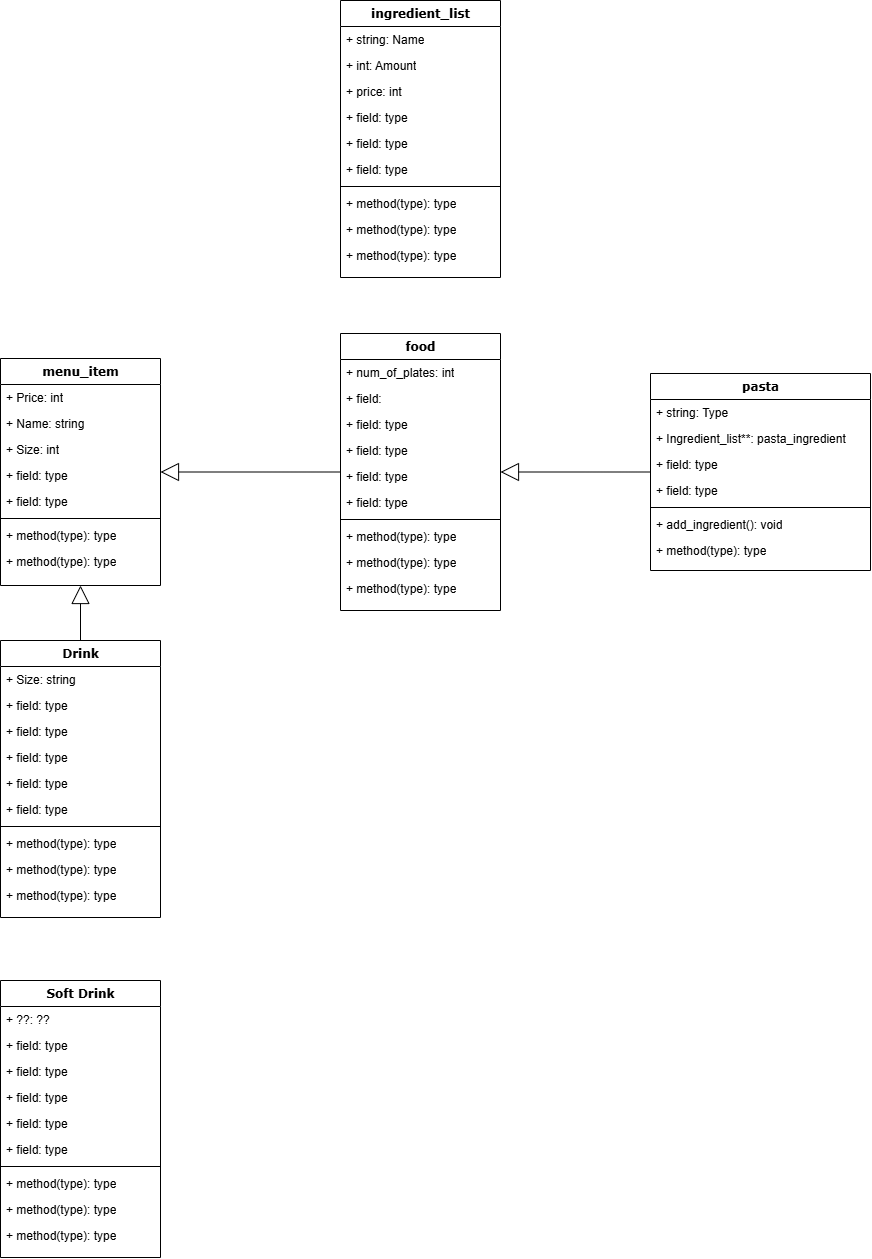
Earlier version of the draw.io export UML.png (SohamA12345/Project). Source tidied: cells renumbered, new cells last; positions are measured from the earlier drawing's top-left corner, leaving out a move shared by most shapes.
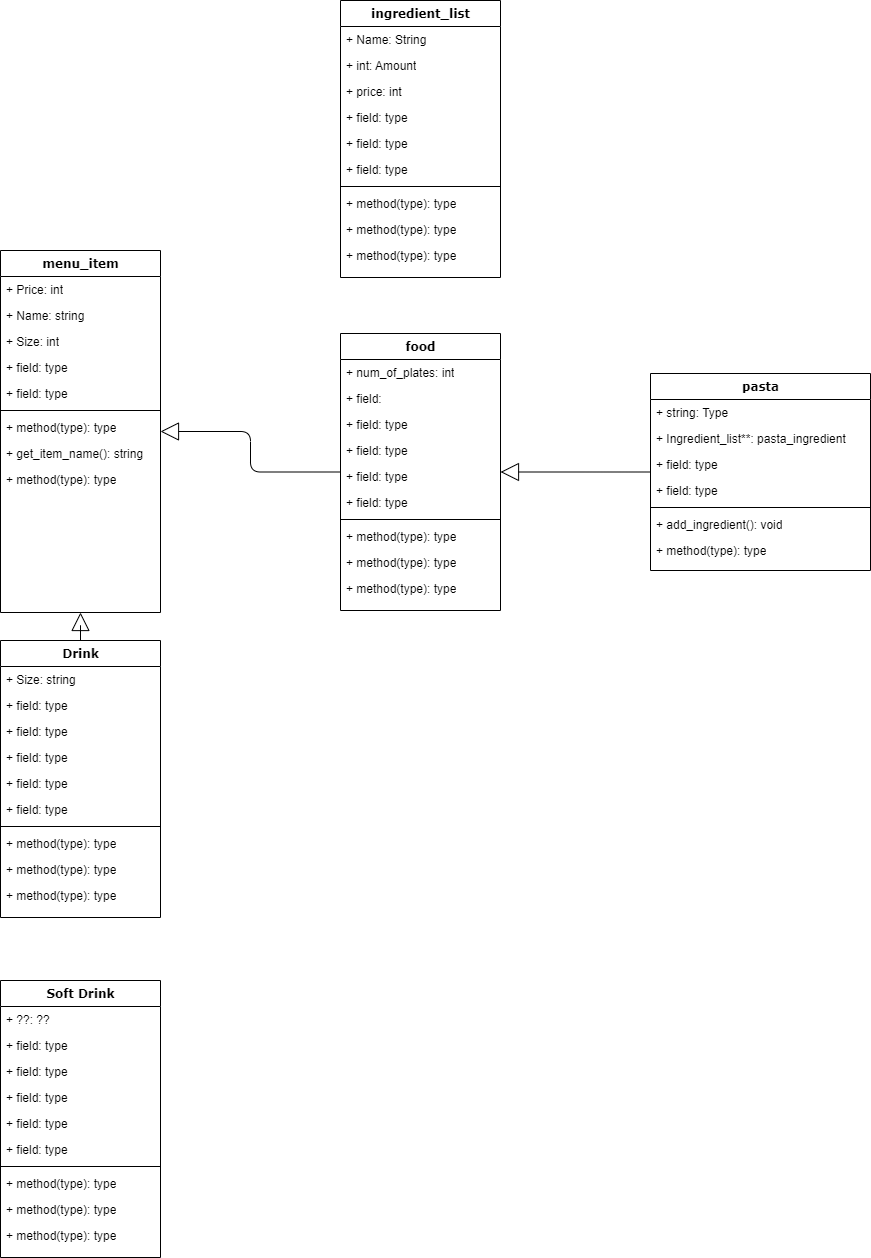
The same diagram one commit later.

What changed in the source:
```diff
@@ -3,7 +3,7 @@
     <mxCell id="0" />
     <mxCell id="1" parent="0" />
     <mxCell id="2" value="&lt;div&gt;menu_item&lt;br&gt;&lt;/div&gt;" style="swimlane;html=1;fontStyle=1;align=center;verticalAlign=top;horizontal=1;startSize=26;swimlaneFillColor=#ffffff;rounded=0;shadow=0;comic=0;labelBackgroundColor=none;strokeWidth=1;fillColor=none;fontFamily=Verdana;fontSize=12;" parent="1" vertex="1">
-      <mxGeometry y="358" width="160" height="227" as="geometry" />
+      <mxGeometry y="250" width="160" height="362" as="geometry" />
     </mxCell>
     <mxCell id="3" value="+ Price: int" style="text;html=1;strokeColor=none;fillColor=none;align=left;verticalAlign=top;spacingLeft=4;spacingRight=4;whiteSpace=wrap;overflow=hidden;" parent="2" vertex="1">
       <mxGeometry y="26" width="160" height="26" as="geometry" />
@@ -26,9 +26,12 @@
     <mxCell id="9" value="+ method(type): type" style="text;html=1;strokeColor=none;fillColor=none;align=left;verticalAlign=top;spacingLeft=4;spacingRight=4;whiteSpace=wrap;overflow=hidden;" parent="2" vertex="1">
       <mxGeometry y="164" width="160" height="26" as="geometry" />
     </mxCell>
-    <mxCell id="10" value="+ method(type): type" style="text;html=1;strokeColor=none;fillColor=none;align=left;verticalAlign=top;spacingLeft=4;spacingRight=4;whiteSpace=wrap;overflow=hidden;" parent="2" vertex="1">
+    <mxCell id="10" value="+ get_item_name(): string" style="text;html=1;strokeColor=none;fillColor=none;align=left;verticalAlign=top;spacingLeft=4;spacingRight=4;whiteSpace=wrap;overflow=hidden;" parent="2" vertex="1">
       <mxGeometry y="190" width="160" height="26" as="geometry" />
     </mxCell>
+    <mxCell id="66" value="+ method(type): type" style="text;html=1;strokeColor=none;fillColor=none;align=left;verticalAlign=top;spacingLeft=4;spacingRight=4;whiteSpace=wrap;overflow=hidden;" parent="2" vertex="1">
+      <mxGeometry y="216" width="160" height="26" as="geometry" />
+    </mxCell>
     <mxCell id="11" style="edgeStyle=orthogonalEdgeStyle;html=1;labelBackgroundColor=none;startFill=0;startSize=8;endArrow=block;endFill=0;endSize=16;fontFamily=Verdana;fontSize=12;elbow=vertical;rounded=1;strokeColor=default;align=center;verticalAlign=middle;fontColor=default;" parent="1" edge="1" source="23" target="12">
       <mxGeometry relative="1" as="geometry" />
     </mxCell>
@@ -164,7 +167,7 @@
     <mxCell id="55" value="ingredient_list" style="swimlane;html=1;fontStyle=1;align=center;verticalAlign=top;horizontal=1;startSize=26;swimlaneFillColor=#ffffff;rounded=0;shadow=0;comic=0;labelBackgroundColor=none;strokeWidth=1;fillColor=none;fontFamily=Verdana;fontSize=12;" parent="1" vertex="1">
       <mxGeometry x="340" width="160" height="277" as="geometry" />
     </mxCell>
-    <mxCell id="56" value="+ string: Name" style="text;html=1;strokeColor=none;fillColor=none;align=left;verticalAlign=top;spacingLeft=4;spacingRight=4;whiteSpace=wrap;overflow=hidden;" parent="55" vertex="1">
+    <mxCell id="56" value="+ Name: String" style="text;html=1;strokeColor=none;fillColor=none;align=left;verticalAlign=top;spacingLeft=4;spacingRight=4;whiteSpace=wrap;overflow=hidden;" parent="55" vertex="1">
       <mxGeometry y="26" width="160" height="26" as="geometry" />
     </mxCell>
     <mxCell id="57" value="+ int: Amount" style="text;html=1;strokeColor=none;fillColor=none;align=left;verticalAlign=top;spacingLeft=4;spacingRight=4;whiteSpace=wrap;overflow=hidden;" parent="55" vertex="1">
```
